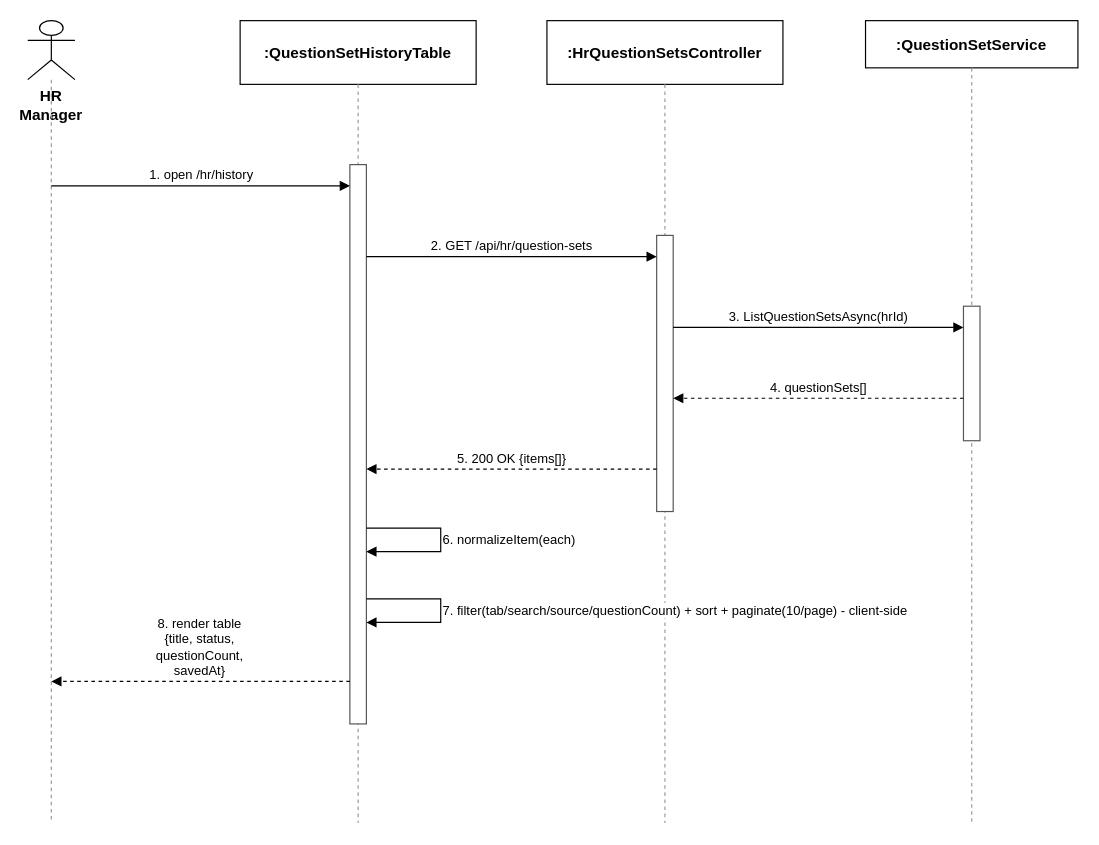
Before: docs/qa/Nam_SequenceDiagram/17_QuestionSetManagement_ListQuestionSets.drawio in tulklk/AI_Interview_Question_Generation_RAG_LLM_FE, a draw.io diagram. Source tidied: cells renumbered, new cells numbered last; positions are measured from the earlier drawing's top-left corner, leaving out a move shared by most shapes. Both pictures are drawn from the tidied source at 118%, with x=0, y=0 at pixel (27, 20).
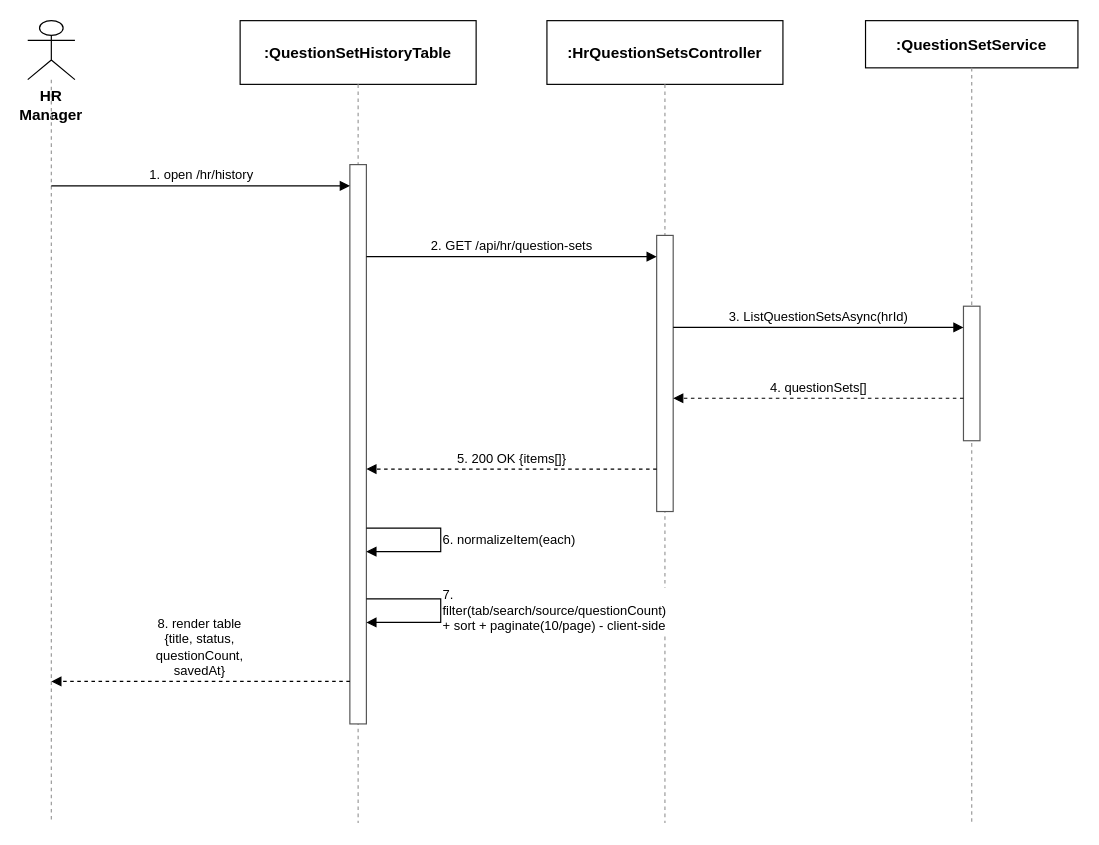
The same page after the edit.

Diff of the diagram source:
```diff
@@
-    <mxCell id="19" value="7. filter(tab/search/source/questionCount) + sort + paginate(10/page) - client-side" style="endArrow=block;endFill=1;html=1;fontSize=11;align=left;verticalAlign=middle;labelBackgroundColor=#ffffff;rounded=0;strokeColor=#000000;" parent="1" edge="1">
+    <mxCell id="19" value="7. filter(tab/search/source/questionCount) + sort + paginate(10/page) - client-side" style="endArrow=block;endFill=1;html=1;whiteSpace=wrap;fontSize=11;align=left;verticalAlign=middle;labelBackgroundColor=#ffffff;rounded=0;strokeColor=#000000;" parent="1" edge="1">
       <mxGeometry relative="1" as="geometry">
         <mxPoint x="287" y="490" as="sourcePoint" />
         <mxPoint x="287" y="510" as="targetPoint" />
         <Array as="points">
           <mxPoint x="350" y="490" />
           <mxPoint x="350" y="510" />
         </Array>
       </mxGeometry>
     </mxCell>
```
